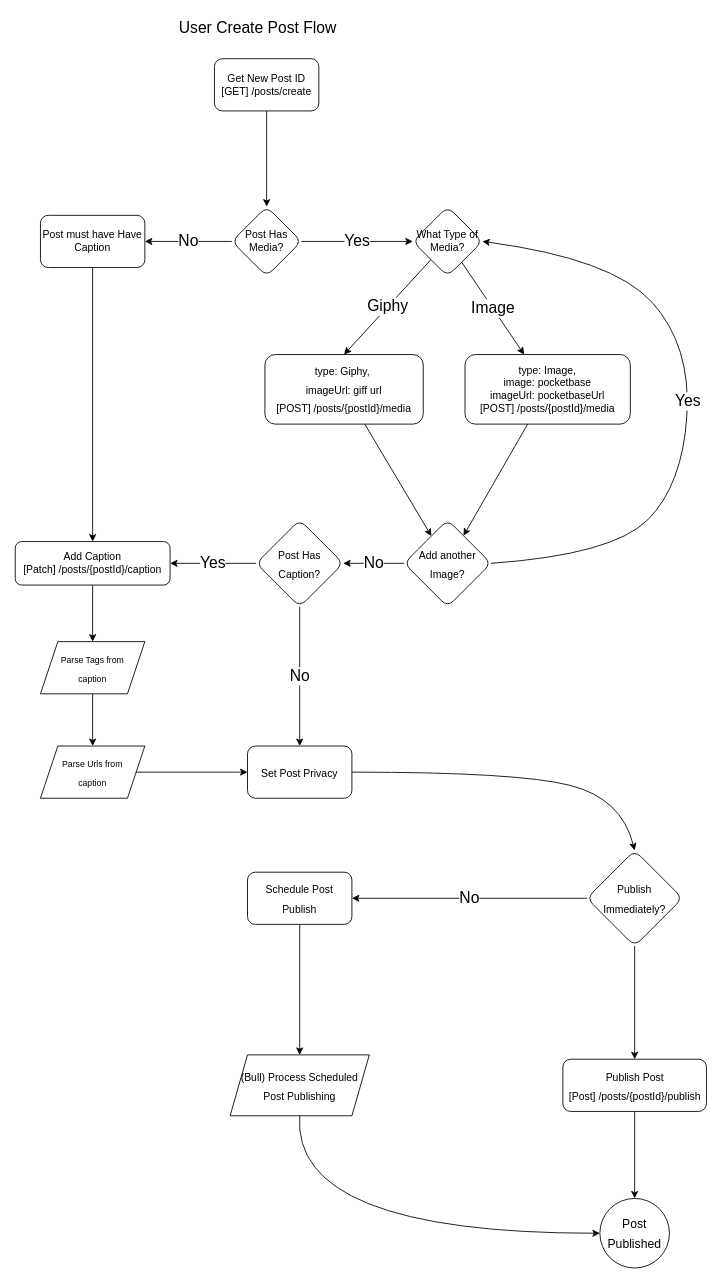
Above: packages/cp-post-service/docs/CreatePostFlow.dio in Bankole2000/cp-backend (draw.io), before the change. Source tidied: cells renumbered, new cells numbered last; positions are measured from the earlier drawing's top-left corner, leaving out a move shared by most shapes. Both pictures are drawn from the tidied source at 87%, with x=0, y=0 at pixel (15, 15).
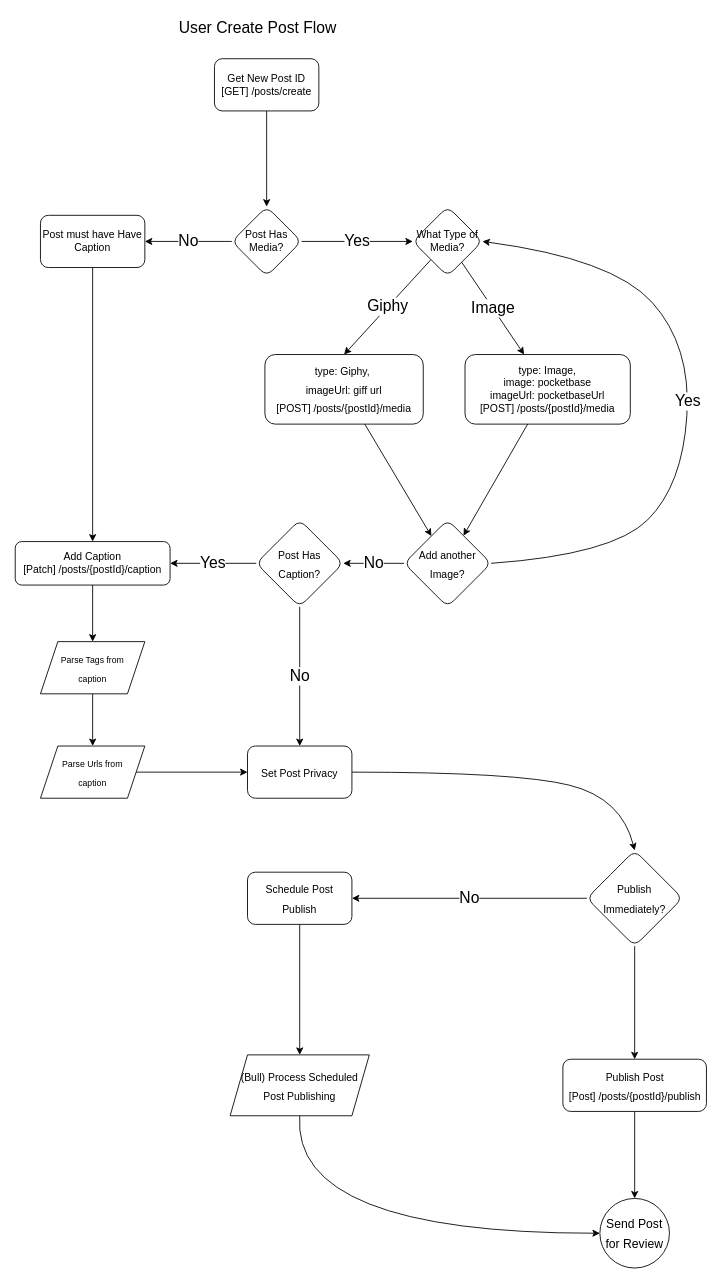
Above is the later version.

What changed in the source:
```diff
@@
-    <mxCell id="34" value="&lt;font style=&quot;font-size: 14px;&quot;&gt;Post Published&lt;/font&gt;" style="ellipse;whiteSpace=wrap;html=1;fontSize=18;rounded=1;" parent="1" vertex="1">
+    <mxCell id="34" value="&lt;font style=&quot;font-size: 14px;&quot;&gt;Send Post for Review&lt;/font&gt;" style="ellipse;whiteSpace=wrap;html=1;fontSize=18;rounded=1;" parent="1" vertex="1">
       <mxGeometry x="672" y="1360" width="80" height="80" as="geometry" />
     </mxCell>
```
